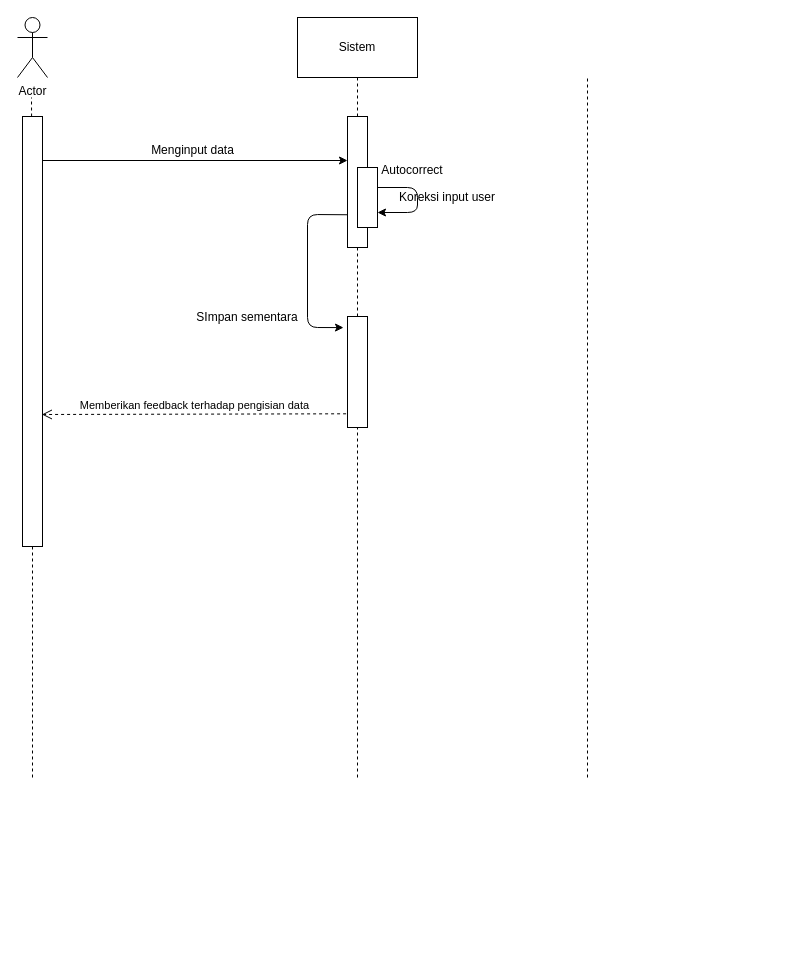
Before: Untitled Diagram.drawio in Tamvanz/offstat, a draw.io diagram. Source tidied: cells renumbered, new cells numbered last; positions are measured from the earlier drawing's top-left corner, leaving out a move shared by most shapes. Both pictures are drawn from the tidied source at 100%, with x=0, y=0 at pixel (17, 17).
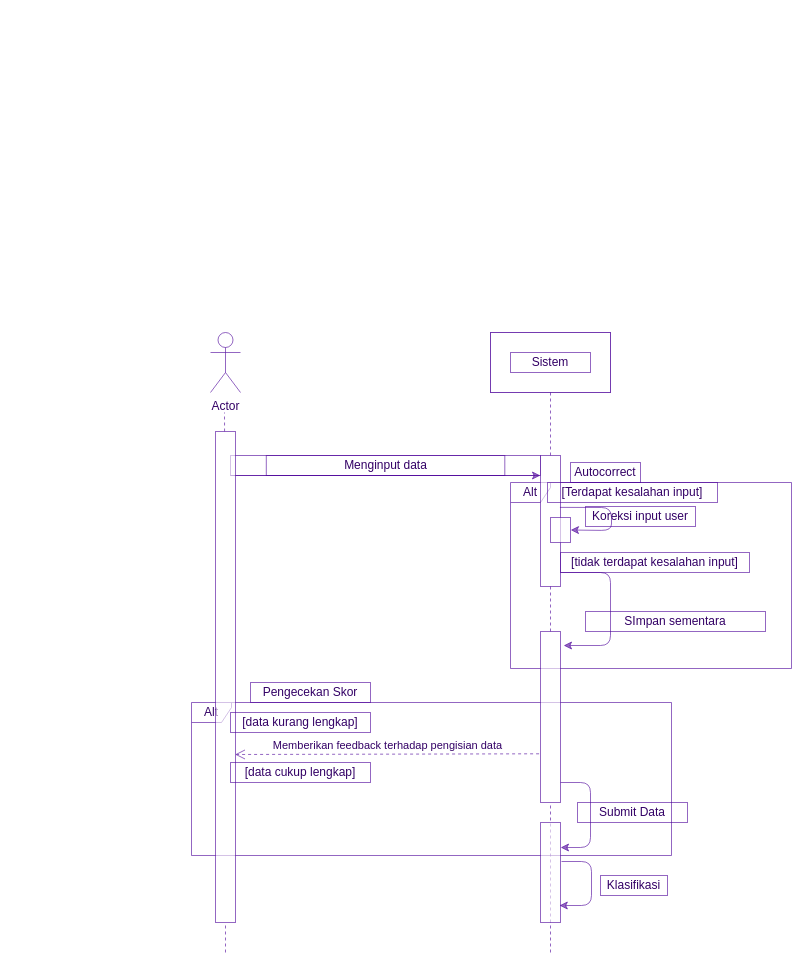
Above is the later version.

What changed in the source:
```diff
@@
+    <mxCell id="25" value="Alt" style="shape=umlFrame;whiteSpace=wrap;html=1;width=40;height=20;opacity=60;fillColor=none;strokeColor=#4C0099;fontColor=#330066;" parent="1" vertex="1">
+      <mxGeometry x="493" y="465" width="281" height="186" as="geometry" />
+    </mxCell>
+    <mxCell id="26" value="Alt" style="shape=umlFrame;whiteSpace=wrap;html=1;width=40;height=20;opacity=60;strokeColor=#4C0099;fontColor=#330066;shadow=0;" parent="1" vertex="1">
+      <mxGeometry x="174" y="685" width="480" height="153" as="geometry" />
+    </mxCell>
-    <mxCell id="2" value="Actor" style="shape=umlActor;verticalLabelPosition=bottom;labelBackgroundColor=#ffffff;verticalAlign=top;html=1;" parent="1" vertex="1">
-      <mxGeometry width="30" height="60" as="geometry" />
+    <mxCell id="2" value="Actor" style="shape=umlActor;verticalLabelPosition=bottom;labelBackgroundColor=#ffffff;verticalAlign=top;html=1;opacity=60;strokeColor=#4C0099;fontColor=#330066;" parent="1" vertex="1">
+      <mxGeometry x="193" y="315" width="30" height="60" as="geometry" />
     </mxCell>
-    <mxCell id="3" style="group;" parent="1" vertex="1">
-      <mxGeometry x="280" width="120" height="60" as="geometry" />
+    <mxCell id="3" style="group;opacity=60;strokeColor=#4C0099;fontColor=#330066;" parent="1" vertex="1">
+      <mxGeometry x="473" y="315" width="120" height="60" as="geometry" />
     </mxCell>
-    <mxCell id="4" style="rounded=0;whiteSpace=wrap;html=1;" parent="3" vertex="1">
+    <mxCell id="4" style="rounded=0;whiteSpace=wrap;html=1;opacity=60;strokeColor=#4C0099;fontColor=#330066;" parent="3" vertex="1">
       <mxGeometry width="120" height="60" as="geometry" />
     </mxCell>
-    <mxCell id="5" value="Sistem" style="text;html=1;strokeColor=none;fillColor=none;align=center;verticalAlign=middle;whiteSpace=wrap;rounded=0;" parent="3" vertex="1">
+    <mxCell id="5" value="Sistem" style="text;html=1;align=center;verticalAlign=middle;whiteSpace=wrap;rounded=0;opacity=60;strokeColor=#4C0099;fontColor=#330066;" parent="3" vertex="1">
       <mxGeometry x="20" y="20" width="80" height="20" as="geometry" />
     </mxCell>
-    <mxCell id="6" style="endArrow=classic;html=1;exitX=0;exitY=0.75;exitDx=0;exitDy=0;entryX=-0.2;entryY=0.1;entryDx=0;entryDy=0;entryPerimeter=0;" parent="1" edge="1" source="16" target="19">
+    <mxCell id="6" style="endArrow=classic;html=1;exitX=0;exitY=1;exitDx=0;exitDy=0;opacity=60;strokeColor=#4C0099;fontColor=#330066;" parent="1" edge="1" source="28">
       <mxGeometry relative="1" as="geometry">
+        <mxPoint x="546" y="628" as="targetPoint" />
         <Array as="points">
-          <mxPoint x="290" y="197" />
-          <mxPoint x="290" y="310" />
+          <mxPoint x="593" y="555" />
+          <mxPoint x="593" y="628" />
         </Array>
       </mxGeometry>
     </mxCell>
-    <mxCell id="7" style="group;" parent="1" vertex="1">
-      <mxGeometry x="20" y="123" width="310" height="20" as="geometry" />
+    <mxCell id="7" style="group;opacity=60;strokeColor=#4C0099;fontColor=#330066;" parent="1" vertex="1">
+      <mxGeometry x="213" y="438" width="310" height="20" as="geometry" />
     </mxCell>
-    <mxCell id="8" style="endArrow=classic;html=1;" parent="7" edge="1">
+    <mxCell id="8" style="endArrow=classic;html=1;opacity=60;strokeColor=#4C0099;fontColor=#330066;" parent="7" edge="1">
       <mxGeometry relative="1" as="geometry">
         <mxPoint y="20" as="sourcePoint" />
         <mxPoint x="310" y="20" as="targetPoint" />
       </mxGeometry>
     </mxCell>
-    <mxCell id="9" value="Menginput data" style="text;html=1;strokeColor=none;fillColor=none;align=center;verticalAlign=middle;whiteSpace=wrap;rounded=0;" parent="7" vertex="1">
+    <mxCell id="9" value="Menginput data" style="text;html=1;align=center;verticalAlign=middle;whiteSpace=wrap;rounded=0;opacity=60;strokeColor=#4C0099;fontColor=#330066;" parent="7" vertex="1">
       <mxGeometry x="35.8" width="238.5" height="20" as="geometry" />
     </mxCell>
-    <mxCell id="10" value="SImpan sementara" style="text;html=1;strokeColor=none;fillColor=none;align=center;verticalAlign=middle;whiteSpace=wrap;rounded=0;" parent="1" vertex="1">
-      <mxGeometry x="140" y="290" width="180" height="20" as="geometry" />
+    <mxCell id="10" value="SImpan sementara" style="text;html=1;align=center;verticalAlign=middle;whiteSpace=wrap;rounded=0;opacity=60;strokeColor=#4C0099;fontColor=#330066;" parent="1" vertex="1">
+      <mxGeometry x="568" y="594" width="180" height="20" as="geometry" />
     </mxCell>
-    <mxCell id="11" style="endArrow=none;dashed=1;html=1;" parent="1" edge="1" source="14">
+    <mxCell id="11" style="endArrow=none;dashed=1;html=1;opacity=60;strokeColor=#4C0099;fontColor=#330066;" parent="1" edge="1" source="14">
       <mxGeometry relative="1" as="geometry">
-        <mxPoint x="14" y="80" as="targetPoint" />
+        <mxPoint x="207" y="395" as="targetPoint" />
       </mxGeometry>
     </mxCell>
-    <mxCell id="12" style="endArrow=none;dashed=1;html=1;entryX=0.5;entryY=1;entryDx=0;entryDy=0;" parent="1" edge="1" source="16" target="4">
+    <mxCell id="12" style="endArrow=none;dashed=1;html=1;entryX=0.5;entryY=1;entryDx=0;entryDy=0;opacity=60;strokeColor=#4C0099;fontColor=#330066;" parent="1" edge="1" source="16" target="4">
       <mxGeometry relative="1" as="geometry" />
     </mxCell>
-    <mxCell id="13" style="endArrow=none;dashed=1;html=1;entryX=0.5;entryY=1;entryDx=0;entryDy=0;" parent="1" edge="1">
-      <mxGeometry relative="1" as="geometry">
-        <mxPoint x="570" y="760" as="sourcePoint" />
-        <mxPoint x="570" y="60" as="targetPoint" />
-      </mxGeometry>
-    </mxCell>
-    <mxCell id="14" style="rounded=0;whiteSpace=wrap;html=1;" parent="1" vertex="1">
-      <mxGeometry x="5" y="99" width="20" height="430" as="geometry" />
+    <mxCell id="14" style="rounded=0;whiteSpace=wrap;html=1;opacity=60;strokeColor=#4C0099;fontColor=#330066;" parent="1" vertex="1">
+      <mxGeometry x="198" y="414" width="20" height="491" as="geometry" />
     </mxCell>
-    <mxCell id="15" style="endArrow=none;dashed=1;html=1;" parent="1" edge="1" target="14">
+    <mxCell id="15" style="endArrow=none;dashed=1;html=1;opacity=60;strokeColor=#4C0099;fontColor=#330066;" parent="1" edge="1" target="14">
       <mxGeometry relative="1" as="geometry">
-        <mxPoint x="15" y="760" as="sourcePoint" />
+        <mxPoint x="208" y="935" as="sourcePoint" />
       </mxGeometry>
     </mxCell>
-    <mxCell id="16" style="rounded=0;whiteSpace=wrap;html=1;" parent="1" vertex="1">
-      <mxGeometry x="330" y="99" width="20" height="131" as="geometry" />
+    <mxCell id="16" style="rounded=0;whiteSpace=wrap;html=1;opacity=60;strokeColor=#4C0099;fontColor=#330066;" parent="1" vertex="1">
+      <mxGeometry x="523" y="438" width="20" height="131" as="geometry" />
     </mxCell>
-    <mxCell id="17" style="endArrow=none;dashed=1;html=1;entryX=0.5;entryY=1;entryDx=0;entryDy=0;" parent="1" edge="1" source="19" target="16">
+    <mxCell id="17" style="endArrow=none;dashed=1;html=1;entryX=0.5;entryY=1;entryDx=0;entryDy=0;opacity=60;strokeColor=#4C0099;fontColor=#330066;" parent="1" edge="1" source="19" target="16">
       <mxGeometry relative="1" as="geometry" />
     </mxCell>
-    <mxCell id="18" value="Memberikan feedback terhadap pengisian data" style="html=1;verticalAlign=bottom;endArrow=open;dashed=1;endSize=8;entryX=0.969;entryY=0.209;entryDx=0;entryDy=0;entryPerimeter=0;exitX=-0.071;exitY=0.893;exitDx=0;exitDy=0;exitPerimeter=0;" parent="1" edge="1">
+    <mxCell id="18" value="Memberikan feedback terhadap pengisian data" style="html=1;verticalAlign=bottom;endArrow=open;dashed=1;endSize=8;entryX=0.969;entryY=0.209;entryDx=0;entryDy=0;entryPerimeter=0;exitX=-0.071;exitY=0.893;exitDx=0;exitDy=0;exitPerimeter=0;opacity=60;strokeColor=#4C0099;fontColor=#330066;" parent="1" edge="1">
       <mxGeometry relative="1" as="geometry">
-        <mxPoint x="328.6" y="396.3" as="sourcePoint" />
-        <mxPoint x="24.4" y="397" as="targetPoint" />
+        <mxPoint x="521.6" y="736.3" as="sourcePoint" />
+        <mxPoint x="217.4" y="737" as="targetPoint" />
       </mxGeometry>
     </mxCell>
-    <mxCell id="19" style="rounded=0;whiteSpace=wrap;html=1;" parent="1" vertex="1">
-      <mxGeometry x="330" y="299" width="20" height="111" as="geometry" />
+    <mxCell id="19" style="rounded=0;whiteSpace=wrap;html=1;opacity=60;strokeColor=#4C0099;fontColor=#330066;" parent="1" vertex="1">
+      <mxGeometry x="523" y="614" width="20" height="171" as="geometry" />
     </mxCell>
-    <mxCell id="20" style="endArrow=none;dashed=1;html=1;entryX=0.5;entryY=1;entryDx=0;entryDy=0;" parent="1" edge="1" target="19">
+    <mxCell id="20" style="endArrow=none;dashed=1;html=1;entryX=0.5;entryY=1;entryDx=0;entryDy=0;opacity=60;strokeColor=#4C0099;fontColor=#330066;" parent="1" edge="1" target="19">
       <mxGeometry relative="1" as="geometry">
-        <mxPoint x="340" y="760" as="sourcePoint" />
+        <mxPoint x="533" y="935" as="sourcePoint" />
       </mxGeometry>
     </mxCell>
-    <mxCell id="21" style="rounded=0;whiteSpace=wrap;html=1;" parent="1" vertex="1">
-      <mxGeometry x="340" y="150" width="20" height="60" as="geometry" />
+    <mxCell id="21" style="rounded=0;whiteSpace=wrap;html=1;opacity=60;strokeColor=#4C0099;fontColor=#330066;" parent="1" vertex="1">
+      <mxGeometry x="533" y="500" width="20" height="25" as="geometry" />
     </mxCell>
-    <mxCell id="22" style="endArrow=classic;html=1;entryX=1;entryY=0.75;entryDx=0;entryDy=0;" parent="1" edge="1" target="21">
+    <mxCell id="22" style="endArrow=classic;html=1;entryX=1;entryY=0.5;entryDx=0;entryDy=0;opacity=60;strokeColor=#4C0099;exitX=0.972;exitY=0.396;exitDx=0;exitDy=0;exitPerimeter=0;fontColor=#330066;" parent="1" edge="1" source="16" target="21">
       <mxGeometry relative="1" as="geometry">
-        <mxPoint x="360" y="170" as="sourcePoint" />
         <Array as="points">
-          <mxPoint x="400" y="170" />
-          <mxPoint x="400" y="195" />
+          <mxPoint x="594" y="490" />
+          <mxPoint x="594" y="513" />
         </Array>
       </mxGeometry>
     </mxCell>
-    <mxCell id="23" value="Koreksi input user" style="text;html=1;strokeColor=none;fillColor=none;align=center;verticalAlign=middle;whiteSpace=wrap;rounded=0;" parent="1" vertex="1">
-      <mxGeometry x="375" y="170" width="110" height="20" as="geometry" />
+    <mxCell id="23" value="Koreksi input user" style="text;html=1;align=center;verticalAlign=middle;whiteSpace=wrap;rounded=0;opacity=60;strokeColor=#4C0099;fontColor=#330066;" parent="1" vertex="1">
+      <mxGeometry x="568" y="489" width="110" height="20" as="geometry" />
     </mxCell>
-    <mxCell id="24" value="Autocorrect" style="text;html=1;strokeColor=none;fillColor=none;align=center;verticalAlign=middle;whiteSpace=wrap;rounded=0;" parent="1" vertex="1">
-      <mxGeometry x="360" y="143" width="70" height="20" as="geometry" />
+    <mxCell id="24" value="Autocorrect" style="text;html=1;align=center;verticalAlign=middle;whiteSpace=wrap;rounded=0;opacity=60;strokeColor=#4C0099;fontColor=#330066;" parent="1" vertex="1">
+      <mxGeometry x="553" y="445" width="70" height="20" as="geometry" />
     </mxCell>
+    <mxCell id="27" value="[Terdapat kesalahan input]" style="text;html=1;align=center;verticalAlign=middle;whiteSpace=wrap;rounded=0;opacity=60;strokeColor=#4C0099;fontColor=#330066;" parent="1" vertex="1">
+      <mxGeometry x="530" y="465" width="170" height="20" as="geometry" />
+    </mxCell>
+    <mxCell id="28" value="[tidak terdapat kesalahan input]" style="text;html=1;align=center;verticalAlign=middle;whiteSpace=wrap;rounded=0;opacity=60;strokeColor=#4C0099;fontColor=#330066;" parent="1" vertex="1">
+      <mxGeometry x="543" y="535" width="189" height="20" as="geometry" />
+    </mxCell>
+    <mxCell id="29" value="Pengecekan Skor" style="text;html=1;align=center;verticalAlign=middle;whiteSpace=wrap;rounded=0;opacity=60;strokeColor=#4C0099;fontColor=#330066;" parent="1" vertex="1">
+      <mxGeometry x="233" y="665" width="120" height="20" as="geometry" />
+    </mxCell>
+    <mxCell id="30" value="[data kurang lengkap]" style="text;html=1;align=center;verticalAlign=middle;whiteSpace=wrap;rounded=0;opacity=60;strokeColor=#4C0099;fontColor=#330066;" parent="1" vertex="1">
+      <mxGeometry x="213" y="695" width="140" height="20" as="geometry" />
+    </mxCell>
+    <mxCell id="31" value="[data cukup lengkap]" style="text;html=1;align=center;verticalAlign=middle;whiteSpace=wrap;rounded=0;opacity=60;strokeColor=#4C0099;fontColor=#330066;" parent="1" vertex="1">
+      <mxGeometry x="213" y="745" width="140" height="20" as="geometry" />
+    </mxCell>
+    <mxCell id="32" style="rounded=0;whiteSpace=wrap;html=1;opacity=60;strokeColor=#4C0099;fontColor=#330066;" parent="1" vertex="1">
+      <mxGeometry x="523" y="805" width="20" height="100" as="geometry" />
+    </mxCell>
+    <mxCell id="33" style="endArrow=classic;html=1;entryX=1;entryY=0.25;entryDx=0;entryDy=0;opacity=60;strokeColor=#4C0099;fontColor=#330066;" parent="1" edge="1" target="32">
+      <mxGeometry relative="1" as="geometry">
+        <mxPoint x="543" y="765" as="sourcePoint" />
+        <Array as="points">
+          <mxPoint x="573" y="765" />
+          <mxPoint x="573" y="830" />
+        </Array>
+      </mxGeometry>
+    </mxCell>
+    <mxCell id="34" value="Submit Data" style="text;html=1;align=center;verticalAlign=middle;whiteSpace=wrap;rounded=0;opacity=60;strokeColor=#4C0099;fontColor=#330066;" parent="1" vertex="1">
+      <mxGeometry x="560" y="785" width="110" height="20" as="geometry" />
+    </mxCell>
+    <mxCell id="35" style="endArrow=classic;html=1;entryX=0.992;entryY=0.83;entryDx=0;entryDy=0;entryPerimeter=0;opacity=60;strokeColor=#4C0099;fontColor=#330066;" parent="1" edge="1">
+      <mxGeometry relative="1" as="geometry">
+        <mxPoint x="544" y="844" as="sourcePoint" />
+        <mxPoint x="541.8" y="888" as="targetPoint" />
+        <Array as="points">
+          <mxPoint x="574" y="844" />
+          <mxPoint x="574" y="888" />
+        </Array>
+      </mxGeometry>
+    </mxCell>
+    <mxCell id="36" value="Klasifikasi" style="text;html=1;align=center;verticalAlign=middle;whiteSpace=wrap;rounded=0;opacity=60;strokeColor=#4C0099;fontColor=#330066;" parent="1" vertex="1">
+      <mxGeometry x="583" y="858" width="67" height="20" as="geometry" />
+    </mxCell>
```
